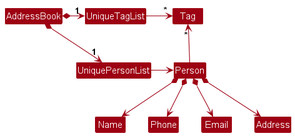
This is docs/images/BetterModelClassDiagram.png from nus-cs2103-AY2425S1/tp, a PlantUML export, as it was before one commit.
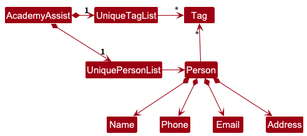
The same diagram one commit later.

Change to the diagram source:
```diff
@@ -4,8 +4,8 @@
 skinparam arrowColor MODEL_COLOR
 skinparam classBackgroundColor MODEL_COLOR
 
-AddressBook *-right-> "1" UniquePersonList
-AddressBook *-right-> "1" UniqueTagList
+AcademyAssist *-right-> "1" UniquePersonList
+AcademyAssist *-right-> "1" UniqueTagList
 UniqueTagList -[hidden]down- UniquePersonList
 UniqueTagList -[hidden]down- UniquePersonList
 
```
